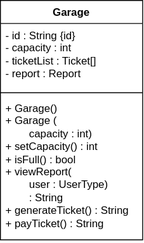
The draw.io diagram design/Diagrams/Garage.svg in CSUEB-CS401-02-SP25-Group-Project-1/parking-garage-system, before a commit. Source tidied: cells renumbered, new cells last; positions are measured from the earlier drawing's top-left corner, leaving out a move shared by most shapes.
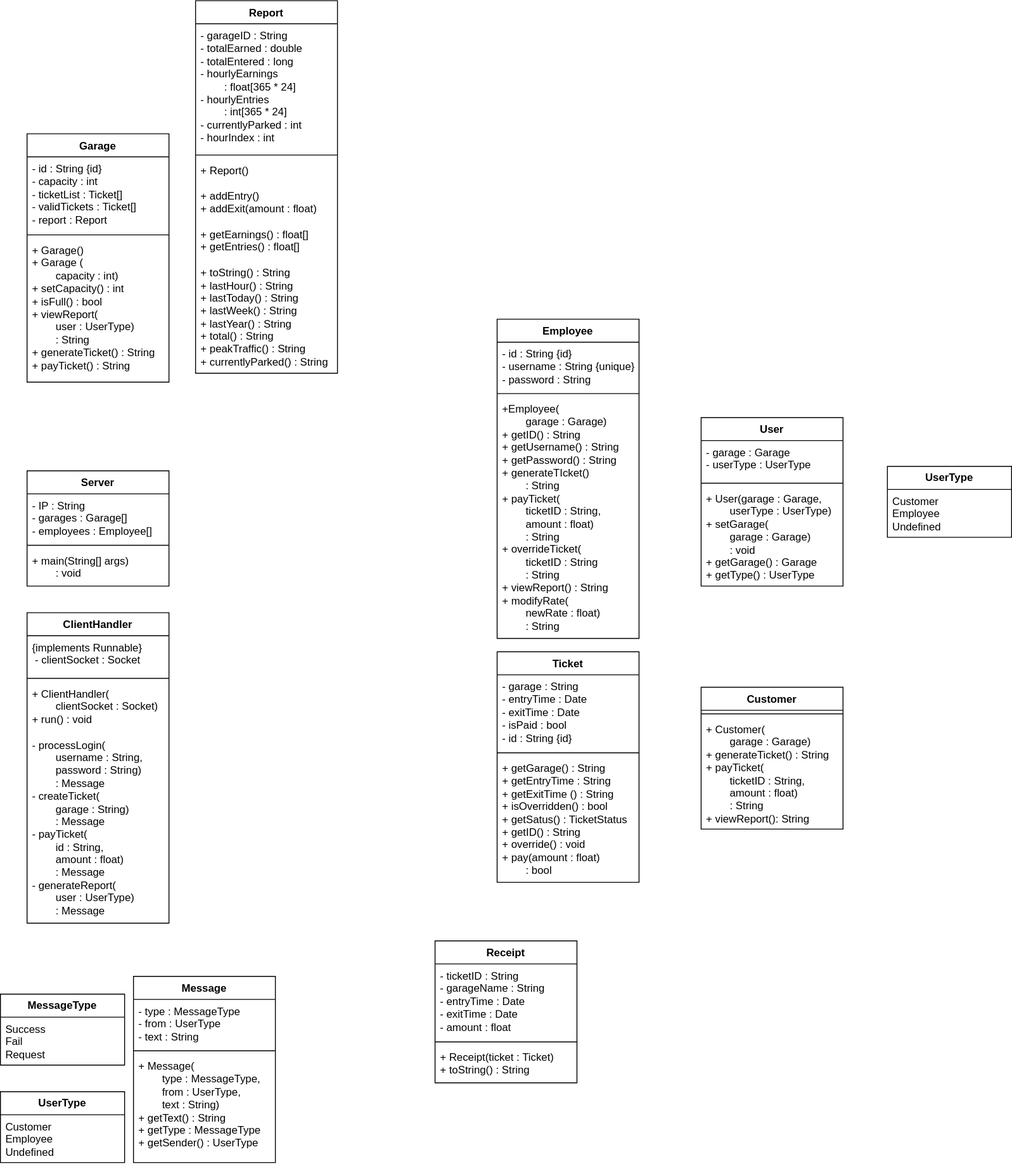
After the commit.

Commit message:
Edited Garage to have two lists of tickets: One for all tickets ever created, and one for the valid tickets of customers currently in the garage.

Change to the diagram source:
```diff
@@ -2,17 +2,140 @@
   <root>
     <mxCell id="0" />
     <mxCell id="1" parent="0" />
+    <mxCell id="6" value="Server" style="swimlane;fontStyle=1;align=center;verticalAlign=top;horizontal=1;startSize=26;whiteSpace=wrap;html=1;" parent="1" vertex="1">
+      <mxGeometry y="380" width="160" height="130" as="geometry" />
+    </mxCell>
+    <mxCell id="7" value="&lt;div&gt;- IP : String&lt;/div&gt;&lt;div&gt;- garages : Garage[]&lt;/div&gt;&lt;div&gt;- employees : Employee[]&lt;/div&gt;" style="text;strokeColor=none;fillColor=none;align=left;verticalAlign=top;spacingLeft=4;spacingRight=4;overflow=hidden;whiteSpace=wrap;html=1;" parent="6" vertex="1">
+      <mxGeometry y="26" width="160" height="54" as="geometry" />
+    </mxCell>
+    <mxCell id="8" style="line;strokeWidth=1;fillColor=none;align=left;verticalAlign=middle;spacingTop=-1;spacingLeft=3;spacingRight=3;labelPosition=right;strokeColor=inherit;" parent="6" vertex="1">
+      <mxGeometry y="80" width="160" height="8" as="geometry" />
+    </mxCell>
+    <mxCell id="9" value="&lt;div&gt;+ main(String[] args)&lt;/div&gt;&lt;div&gt;&lt;span style=&quot;white-space: pre;&quot;&gt;&#9;&lt;/span&gt;: void&lt;/div&gt;" style="text;strokeColor=none;fillColor=none;align=left;verticalAlign=top;spacingLeft=4;spacingRight=4;overflow=hidden;whiteSpace=wrap;html=1;" parent="6" vertex="1">
+      <mxGeometry y="88" width="160" height="42" as="geometry" />
+    </mxCell>
+    <mxCell id="10" value="ClientHandler" style="swimlane;fontStyle=1;align=center;verticalAlign=top;horizontal=1;startSize=26;whiteSpace=wrap;html=1;" parent="1" vertex="1">
+      <mxGeometry y="540" width="160" height="350" as="geometry" />
+    </mxCell>
+    <mxCell id="11" value="&lt;div&gt;{implements Runnable}&lt;/div&gt;&lt;div&gt;&amp;nbsp;- clientSocket : Socket&lt;/div&gt;" style="text;strokeColor=none;fillColor=none;align=left;verticalAlign=top;spacingLeft=4;spacingRight=4;overflow=hidden;whiteSpace=wrap;html=1;" parent="10" vertex="1">
+      <mxGeometry y="26" width="160" height="44" as="geometry" />
+    </mxCell>
+    <mxCell id="12" style="line;strokeWidth=1;fillColor=none;align=left;verticalAlign=middle;spacingTop=-1;spacingLeft=3;spacingRight=3;labelPosition=right;strokeColor=inherit;" parent="10" vertex="1">
+      <mxGeometry y="70" width="160" height="8" as="geometry" />
+    </mxCell>
+    <mxCell id="13" value="&lt;div&gt;+ ClientHandler(&lt;/div&gt;&lt;div&gt;&lt;span style=&quot;white-space: pre;&quot;&gt;&#9;&lt;/span&gt;clientSocket : Socket)&lt;/div&gt;&lt;div&gt;+ run() : void&lt;/div&gt;&lt;div&gt;&lt;br&gt;&lt;/div&gt;&lt;div&gt;- processLogin(&lt;/div&gt;&lt;div&gt;&lt;span style=&quot;white-space: pre;&quot;&gt;&#9;&lt;/span&gt;username : String,&lt;/div&gt;&lt;div&gt;&lt;span style=&quot;white-space: pre;&quot;&gt;&#9;&lt;/span&gt;password : String)&lt;/div&gt;&lt;div&gt;&lt;span style=&quot;white-space: pre;&quot;&gt;&#9;&lt;/span&gt;: Message&lt;/div&gt;&lt;div&gt;- createTicket(&lt;/div&gt;&lt;div&gt;&lt;span style=&quot;white-space: pre;&quot;&gt;&#9;&lt;/span&gt;garage : String)&lt;/div&gt;&lt;div&gt;&lt;span style=&quot;white-space: pre;&quot;&gt;&#9;&lt;/span&gt;: Message&lt;/div&gt;&lt;div&gt;- payTicket(&lt;/div&gt;&lt;div&gt;&lt;span style=&quot;white-space: pre;&quot;&gt;&#9;&lt;/span&gt;id : String,&lt;/div&gt;&lt;div&gt;&lt;span style=&quot;white-space: pre;&quot;&gt;&#9;&lt;/span&gt;amount : float)&lt;/div&gt;&lt;div&gt;&lt;span style=&quot;white-space: pre;&quot;&gt;&#9;&lt;/span&gt;: Message&lt;/div&gt;&lt;div&gt;- generateReport(&lt;/div&gt;&lt;div&gt;&lt;span style=&quot;white-space: pre;&quot;&gt;&#9;&lt;/span&gt;user : UserType)&lt;/div&gt;&lt;div&gt;&lt;span style=&quot;white-space: pre;&quot;&gt;&#9;&lt;/span&gt;: Message&lt;/div&gt;" style="text;strokeColor=none;fillColor=none;align=left;verticalAlign=top;spacingLeft=4;spacingRight=4;overflow=hidden;whiteSpace=wrap;html=1;" parent="10" vertex="1">
+      <mxGeometry y="78" width="160" height="272" as="geometry" />
+    </mxCell>
+    <mxCell id="14" value="Ticket" style="swimlane;fontStyle=1;align=center;verticalAlign=top;horizontal=1;startSize=26;whiteSpace=wrap;html=1;" parent="1" vertex="1">
+      <mxGeometry x="530" y="584" width="160" height="260" as="geometry" />
+    </mxCell>
+    <mxCell id="15" value="&lt;div&gt;- garage : String&lt;/div&gt;&lt;div&gt;- entryTime : Date&lt;/div&gt;&lt;div&gt;- exitTime : Date&lt;/div&gt;&lt;div&gt;- isPaid : bool&lt;/div&gt;&lt;div&gt;- id : String {id}&lt;/div&gt;" style="text;strokeColor=none;fillColor=none;align=left;verticalAlign=top;spacingLeft=4;spacingRight=4;overflow=hidden;whiteSpace=wrap;html=1;" parent="14" vertex="1">
+      <mxGeometry y="26" width="160" height="84" as="geometry" />
+    </mxCell>
+    <mxCell id="16" style="line;strokeWidth=1;fillColor=none;align=left;verticalAlign=middle;spacingTop=-1;spacingLeft=3;spacingRight=3;labelPosition=right;strokeColor=inherit;" parent="14" vertex="1">
+      <mxGeometry y="110" width="160" height="8" as="geometry" />
+    </mxCell>
+    <mxCell id="17" value="&lt;div&gt;+ getGarage() : String&lt;/div&gt;&lt;div&gt;+ getEntryTime : String&lt;/div&gt;&lt;div&gt;+ getExitTime () : String&lt;/div&gt;&lt;div&gt;+ isOverridden() : bool&lt;/div&gt;&lt;div&gt;+ getSatus() : TicketStatus&lt;/div&gt;&lt;div&gt;+ getID() : String&lt;/div&gt;&lt;div&gt;+ override() : void&lt;/div&gt;&lt;div&gt;+ pay(amount : float)&lt;/div&gt;&lt;div&gt;&lt;span style=&quot;white-space: pre;&quot;&gt;&#9;&lt;/span&gt;: bool&lt;/div&gt;" style="text;strokeColor=none;fillColor=none;align=left;verticalAlign=top;spacingLeft=4;spacingRight=4;overflow=hidden;whiteSpace=wrap;html=1;" parent="14" vertex="1">
+      <mxGeometry y="118" width="160" height="142" as="geometry" />
+    </mxCell>
+    <mxCell id="18" value="&lt;b&gt;UserType&lt;/b&gt;" style="swimlane;fontStyle=0;horizontal=1;startSize=26;fillColor=none;whiteSpace=wrap;html=1;" parent="1" vertex="1">
+      <mxGeometry x="-30" y="1080" width="140" height="80" as="geometry" />
+    </mxCell>
+    <mxCell id="19" value="&lt;div&gt;Customer&lt;/div&gt;&lt;div&gt;Employee&lt;/div&gt;&lt;div&gt;Undefined&lt;/div&gt;" style="text;strokeColor=none;fillColor=none;align=left;verticalAlign=top;spacingLeft=4;spacingRight=4;overflow=hidden;whiteSpace=wrap;html=1;" parent="18" vertex="1">
+      <mxGeometry y="26" width="140" height="54" as="geometry" />
+    </mxCell>
+    <mxCell id="20" value="Message" style="swimlane;fontStyle=1;align=center;verticalAlign=top;horizontal=1;startSize=26;whiteSpace=wrap;html=1;" parent="1" vertex="1">
+      <mxGeometry x="120" y="950" width="160" height="210" as="geometry" />
+    </mxCell>
+    <mxCell id="21" value="&lt;div&gt;- type : MessageType&lt;/div&gt;&lt;div&gt;- from : UserType&lt;/div&gt;&lt;div&gt;- text : String&lt;/div&gt;" style="text;strokeColor=none;fillColor=none;align=left;verticalAlign=top;spacingLeft=4;spacingRight=4;overflow=hidden;whiteSpace=wrap;html=1;" parent="20" vertex="1">
+      <mxGeometry y="26" width="160" height="54" as="geometry" />
+    </mxCell>
+    <mxCell id="22" style="line;strokeWidth=1;fillColor=none;align=left;verticalAlign=middle;spacingTop=-1;spacingLeft=3;spacingRight=3;labelPosition=right;strokeColor=inherit;" parent="20" vertex="1">
+      <mxGeometry y="80" width="160" height="8" as="geometry" />
+    </mxCell>
+    <mxCell id="23" value="&lt;div&gt;+ Message(&lt;/div&gt;&lt;div&gt;&lt;span style=&quot;white-space: pre;&quot;&gt;&#9;&lt;/span&gt;type : MessageType,&lt;/div&gt;&lt;div&gt;&lt;span style=&quot;white-space: pre;&quot;&gt;&#9;&lt;/span&gt;from : UserType,&lt;/div&gt;&lt;div&gt;&lt;span style=&quot;white-space: pre;&quot;&gt;&#9;&lt;/span&gt;text : String)&lt;/div&gt;&lt;div&gt;+ getText() : String&lt;/div&gt;&lt;div&gt;+ getType : MessageType&lt;/div&gt;&lt;div&gt;+ getSender() : UserType&lt;/div&gt;" style="text;strokeColor=none;fillColor=none;align=left;verticalAlign=top;spacingLeft=4;spacingRight=4;overflow=hidden;whiteSpace=wrap;html=1;" parent="20" vertex="1">
+      <mxGeometry y="88" width="160" height="122" as="geometry" />
+    </mxCell>
+    <mxCell id="24" value="&lt;b&gt;MessageType&lt;/b&gt;" style="swimlane;fontStyle=0;horizontal=1;startSize=26;fillColor=none;whiteSpace=wrap;html=1;" parent="1" vertex="1">
+      <mxGeometry x="-30" y="970" width="140" height="80" as="geometry" />
+    </mxCell>
+    <mxCell id="25" value="&lt;div&gt;Success&lt;/div&gt;&lt;div&gt;Fail&lt;/div&gt;&lt;div&gt;Request&lt;/div&gt;" style="text;strokeColor=none;fillColor=none;align=left;verticalAlign=top;spacingLeft=4;spacingRight=4;overflow=hidden;whiteSpace=wrap;html=1;" parent="24" vertex="1">
+      <mxGeometry y="26" width="140" height="54" as="geometry" />
+    </mxCell>
+    <mxCell id="26" value="Receipt" style="swimlane;fontStyle=1;align=center;verticalAlign=top;horizontal=1;startSize=26;whiteSpace=wrap;html=1;" parent="1" vertex="1">
+      <mxGeometry x="460" y="910" width="160" height="160" as="geometry" />
+    </mxCell>
+    <mxCell id="27" value="&lt;div&gt;- ticketID : String&lt;/div&gt;&lt;div&gt;- garageName : String&lt;/div&gt;&lt;div&gt;- entryTime : Date&lt;/div&gt;&lt;div&gt;- exitTime : Date&lt;/div&gt;&lt;div&gt;- amount : float&lt;/div&gt;" style="text;strokeColor=none;fillColor=none;align=left;verticalAlign=top;spacingLeft=4;spacingRight=4;overflow=hidden;whiteSpace=wrap;html=1;" parent="26" vertex="1">
+      <mxGeometry y="26" width="160" height="84" as="geometry" />
+    </mxCell>
+    <mxCell id="28" style="line;strokeWidth=1;fillColor=none;align=left;verticalAlign=middle;spacingTop=-1;spacingLeft=3;spacingRight=3;labelPosition=right;strokeColor=inherit;" parent="26" vertex="1">
+      <mxGeometry y="110" width="160" height="8" as="geometry" />
+    </mxCell>
+    <mxCell id="29" value="+ Receipt(ticket : Ticket)&lt;div&gt;+ toString() : String&lt;/div&gt;" style="text;strokeColor=none;fillColor=none;align=left;verticalAlign=top;spacingLeft=4;spacingRight=4;overflow=hidden;whiteSpace=wrap;html=1;" parent="26" vertex="1">
+      <mxGeometry y="118" width="160" height="42" as="geometry" />
+    </mxCell>
+    <mxCell id="30" value="Customer" style="swimlane;fontStyle=1;align=center;verticalAlign=top;horizontal=1;startSize=26;whiteSpace=wrap;html=1;" parent="1" vertex="1">
+      <mxGeometry x="760" y="624" width="160" height="160" as="geometry" />
+    </mxCell>
+    <mxCell id="31" value="&#10;" style="line;strokeWidth=1;fillColor=none;align=left;verticalAlign=middle;spacingTop=-1;spacingLeft=3;spacingRight=3;labelPosition=right;strokeColor=inherit;" parent="30" vertex="1">
+      <mxGeometry y="26" width="160" height="8" as="geometry" />
+    </mxCell>
+    <mxCell id="32" value="&lt;div&gt;+ Customer(&lt;/div&gt;&lt;div&gt;&lt;span style=&quot;white-space: pre;&quot;&gt;&#9;&lt;/span&gt;garage : Garage)&lt;/div&gt;&lt;div&gt;+ generateTicket() : String&lt;/div&gt;&lt;div&gt;+ payTicket(&lt;/div&gt;&lt;div&gt;&lt;span style=&quot;white-space: pre;&quot;&gt;&#9;&lt;/span&gt;ticketID : String,&lt;/div&gt;&lt;div&gt;&lt;span style=&quot;white-space: pre;&quot;&gt;&#9;&lt;/span&gt;amount : float)&lt;/div&gt;&lt;div&gt;&lt;span style=&quot;white-space: pre;&quot;&gt;&#9;&lt;/span&gt;: String&lt;/div&gt;&lt;div&gt;+ viewReport(): String&lt;/div&gt;" style="text;strokeColor=none;fillColor=none;align=left;verticalAlign=top;spacingLeft=4;spacingRight=4;overflow=hidden;whiteSpace=wrap;html=1;" parent="30" vertex="1">
+      <mxGeometry y="34" width="160" height="126" as="geometry" />
+    </mxCell>
+    <mxCell id="33" value="User" style="swimlane;fontStyle=1;align=center;verticalAlign=top;horizontal=1;startSize=26;whiteSpace=wrap;html=1;" parent="1" vertex="1">
+      <mxGeometry x="760" y="320" width="160" height="190" as="geometry" />
+    </mxCell>
+    <mxCell id="34" value="&lt;div&gt;- garage : Garage&lt;/div&gt;&lt;div&gt;- userType : UserType&lt;/div&gt;" style="text;strokeColor=none;fillColor=none;align=left;verticalAlign=top;spacingLeft=4;spacingRight=4;overflow=hidden;whiteSpace=wrap;html=1;" parent="33" vertex="1">
+      <mxGeometry y="26" width="160" height="44" as="geometry" />
+    </mxCell>
+    <mxCell id="35" style="line;strokeWidth=1;fillColor=none;align=left;verticalAlign=middle;spacingTop=-1;spacingLeft=3;spacingRight=3;labelPosition=right;strokeColor=inherit;" parent="33" vertex="1">
+      <mxGeometry y="70" width="160" height="8" as="geometry" />
+    </mxCell>
+    <mxCell id="36" value="&lt;div&gt;+ User(garage : Garage,&lt;/div&gt;&lt;div&gt;&lt;span style=&quot;white-space: pre;&quot;&gt;&#9;&lt;/span&gt;userType : UserType)&lt;/div&gt;&lt;div&gt;+ setGarage(&lt;/div&gt;&lt;div&gt;&lt;span style=&quot;white-space: pre;&quot;&gt;&#9;&lt;/span&gt;garage : Garage)&lt;/div&gt;&lt;div&gt;&lt;span style=&quot;white-space: pre;&quot;&gt;&#9;&lt;/span&gt;: void&lt;/div&gt;&lt;div&gt;+ getGarage() : Garage&lt;/div&gt;&lt;div&gt;+ getType() : UserType&lt;/div&gt;" style="text;strokeColor=none;fillColor=none;align=left;verticalAlign=top;spacingLeft=4;spacingRight=4;overflow=hidden;whiteSpace=wrap;html=1;" parent="33" vertex="1">
+      <mxGeometry y="78" width="160" height="112" as="geometry" />
+    </mxCell>
+    <mxCell id="37" value="&lt;b&gt;UserType&lt;/b&gt;" style="swimlane;fontStyle=0;horizontal=1;startSize=26;fillColor=none;whiteSpace=wrap;html=1;" parent="1" vertex="1">
+      <mxGeometry x="970" y="375" width="140" height="80" as="geometry" />
+    </mxCell>
+    <mxCell id="38" value="&lt;div&gt;Customer&lt;/div&gt;&lt;div&gt;Employee&lt;/div&gt;&lt;div&gt;Undefined&lt;/div&gt;" style="text;strokeColor=none;fillColor=none;align=left;verticalAlign=top;spacingLeft=4;spacingRight=4;overflow=hidden;whiteSpace=wrap;html=1;" parent="37" vertex="1">
+      <mxGeometry y="26" width="140" height="54" as="geometry" />
+    </mxCell>
+    <mxCell id="39" value="Employee" style="swimlane;fontStyle=1;align=center;verticalAlign=top;horizontal=1;startSize=26;whiteSpace=wrap;html=1;" parent="1" vertex="1">
+      <mxGeometry x="530" y="209" width="160" height="360" as="geometry" />
+    </mxCell>
+    <mxCell id="40" value="&lt;div&gt;- id : String {id}&lt;/div&gt;&lt;div&gt;- username : String {unique}&lt;/div&gt;&lt;div&gt;- password : String&lt;/div&gt;&lt;div&gt;&lt;br&gt;&lt;/div&gt;&lt;div&gt;&lt;br&gt;&lt;/div&gt;" style="text;strokeColor=none;fillColor=none;align=left;verticalAlign=top;spacingLeft=4;spacingRight=4;overflow=hidden;whiteSpace=wrap;html=1;" parent="39" vertex="1">
+      <mxGeometry y="26" width="160" height="54" as="geometry" />
+    </mxCell>
+    <mxCell id="41" style="line;strokeWidth=1;fillColor=none;align=left;verticalAlign=middle;spacingTop=-1;spacingLeft=3;spacingRight=3;labelPosition=right;strokeColor=inherit;" parent="39" vertex="1">
+      <mxGeometry y="80" width="160" height="8" as="geometry" />
+    </mxCell>
+    <mxCell id="42" value="&lt;div&gt;&lt;div&gt;+Employee(&lt;/div&gt;&lt;div&gt;&lt;span style=&quot;white-space: pre;&quot;&gt;&#9;&lt;/span&gt;garage : Garage)&lt;/div&gt;&lt;/div&gt;&lt;div&gt;+ getID() : String&lt;/div&gt;&lt;div&gt;+ getUsername() : String&lt;/div&gt;&lt;div&gt;+ getPassword() : String&lt;/div&gt;&lt;div&gt;+ generateTIcket()&lt;/div&gt;&lt;div&gt;&lt;span style=&quot;white-space: pre;&quot;&gt;&#9;&lt;/span&gt;: String&lt;/div&gt;&lt;div&gt;&lt;div&gt;+ payTicket(&lt;/div&gt;&lt;div&gt;&lt;span style=&quot;white-space: pre;&quot;&gt;&#9;&lt;/span&gt;ticketID : String,&lt;/div&gt;&lt;div&gt;&lt;span style=&quot;white-space: pre;&quot;&gt;&#9;&lt;/span&gt;amount : float)&lt;/div&gt;&lt;div&gt;&lt;span style=&quot;white-space: pre;&quot;&gt;&#9;&lt;/span&gt;: String&lt;/div&gt;&lt;div&gt;+ overrideTicket(&lt;/div&gt;&lt;div&gt;&lt;span style=&quot;white-space: pre;&quot;&gt;&#9;&lt;/span&gt;ticketID : String&lt;/div&gt;&lt;div&gt;&lt;span style=&quot;white-space: pre;&quot;&gt;&#9;&lt;/span&gt;: String&lt;/div&gt;&lt;div&gt;+ viewReport() : String&lt;/div&gt;&lt;/div&gt;&lt;div&gt;+ modifyRate(&lt;/div&gt;&lt;div&gt;&lt;span style=&quot;white-space: pre;&quot;&gt;&#9;&lt;/span&gt;newRate : float)&lt;/div&gt;&lt;div&gt;&lt;span style=&quot;white-space: pre;&quot;&gt;&#9;&lt;/span&gt;: String&lt;/div&gt;" style="text;strokeColor=none;fillColor=none;align=left;verticalAlign=top;spacingLeft=4;spacingRight=4;overflow=hidden;whiteSpace=wrap;html=1;" parent="39" vertex="1">
+      <mxGeometry y="88" width="160" height="272" as="geometry" />
+    </mxCell>
     <mxCell id="2" value="Garage" style="swimlane;fontStyle=1;align=center;verticalAlign=top;horizontal=1;startSize=26;whiteSpace=wrap;html=1;" parent="1" vertex="1">
-      <mxGeometry width="160" height="270" as="geometry" />
+      <mxGeometry width="160" height="280" as="geometry" />
     </mxCell>
-    <mxCell id="3" value="- id : String {id}&lt;div&gt;- capacity : int&lt;/div&gt;&lt;div&gt;- ticketList : Ticket[]&lt;/div&gt;&lt;div&gt;- report : Report&lt;/div&gt;" style="text;strokeColor=none;fillColor=none;align=left;verticalAlign=top;spacingLeft=4;spacingRight=4;overflow=hidden;whiteSpace=wrap;html=1;" parent="2" vertex="1">
-      <mxGeometry y="26" width="160" height="74" as="geometry" />
-    </mxCell>
-    <mxCell id="4" style="line;strokeWidth=1;fillColor=none;align=left;verticalAlign=middle;spacingTop=-1;spacingLeft=3;spacingRight=3;labelPosition=right;strokeColor=inherit;" parent="2" vertex="1">
-      <mxGeometry y="100" width="160" height="8" as="geometry" />
-    </mxCell>
+    <mxCell id="43" value="- id : String {id}&lt;div&gt;- capacity : int&lt;/div&gt;&lt;div&gt;- ticketList : Ticket[]&lt;/div&gt;&lt;div&gt;- validTickets : Ticket[]&lt;/div&gt;&lt;div&gt;- report : Report&lt;/div&gt;" style="text;strokeColor=none;fillColor=none;align=left;verticalAlign=top;spacingLeft=4;spacingRight=4;overflow=hidden;whiteSpace=wrap;html=1;" parent="2" vertex="1">
+      <mxGeometry y="26" width="160" height="84" as="geometry" />
+    </mxCell>
+    <mxCell id="44" style="line;strokeWidth=1;fillColor=none;align=left;verticalAlign=middle;spacingTop=-1;spacingLeft=3;spacingRight=3;labelPosition=right;strokeColor=inherit;" parent="2" vertex="1">
+      <mxGeometry y="110" width="160" height="8" as="geometry" />
+    </mxCell>
     <mxCell id="5" value="&lt;div&gt;+ Garage()&lt;/div&gt;&lt;div&gt;+ Garage (&lt;/div&gt;&lt;div&gt;&lt;span style=&quot;white-space: pre;&quot;&gt;&#9;&lt;/span&gt;capacity : int)&lt;/div&gt;&lt;div&gt;+ setCapacity() : int&lt;/div&gt;&lt;div&gt;+ isFull() : bool&lt;/div&gt;&lt;div&gt;+ viewReport(&lt;/div&gt;&lt;div&gt;&lt;span style=&quot;white-space: pre;&quot;&gt;&#9;&lt;/span&gt;user : UserType)&lt;/div&gt;&lt;div&gt;&lt;span style=&quot;white-space: pre;&quot;&gt;&#9;&lt;/span&gt;: String&lt;/div&gt;&lt;div&gt;+ generateTicket() : String&lt;/div&gt;&lt;div&gt;+ payTicket() : String&lt;/div&gt;" style="text;strokeColor=none;fillColor=none;align=left;verticalAlign=top;spacingLeft=4;spacingRight=4;overflow=hidden;whiteSpace=wrap;html=1;" parent="2" vertex="1">
-      <mxGeometry y="108" width="160" height="162" as="geometry" />
+      <mxGeometry y="118" width="160" height="162" as="geometry" />
     </mxCell>
+    <mxCell id="45" value="Report" style="swimlane;fontStyle=1;align=center;verticalAlign=top;horizontal=1;startSize=26;whiteSpace=wrap;html=1;" parent="1" vertex="1">
+      <mxGeometry x="190" y="-150" width="160" height="420" as="geometry" />
+    </mxCell>
+    <mxCell id="46" value="&lt;div&gt;- garageID : String&lt;/div&gt;&lt;div&gt;- totalEarned : double&lt;/div&gt;&lt;div&gt;- totalEntered : long&lt;/div&gt;&lt;div&gt;- hourlyEarnings&lt;/div&gt;&lt;div&gt;&lt;span style=&quot;white-space: pre;&quot;&gt;&#9;&lt;/span&gt;: float[365 * 24]&lt;/div&gt;&lt;div&gt;- hourlyEntries&lt;/div&gt;&lt;div&gt;&lt;span style=&quot;white-space: pre;&quot;&gt;&#9;&lt;/span&gt;: int[365 * 24]&lt;/div&gt;&lt;div&gt;- currentlyParked : int&lt;/div&gt;&lt;div&gt;- hourIndex : int&lt;/div&gt;" style="text;strokeColor=none;fillColor=none;align=left;verticalAlign=top;spacingLeft=4;spacingRight=4;overflow=hidden;whiteSpace=wrap;html=1;" parent="45" vertex="1">
+      <mxGeometry y="26" width="160" height="144" as="geometry" />
+    </mxCell>
+    <mxCell id="47" style="line;strokeWidth=1;fillColor=none;align=left;verticalAlign=middle;spacingTop=-1;spacingLeft=3;spacingRight=3;labelPosition=right;strokeColor=inherit;" parent="45" vertex="1">
+      <mxGeometry y="170" width="160" height="8" as="geometry" />
+    </mxCell>
+    <mxCell id="48" value="&lt;div&gt;+ Report()&lt;/div&gt;&lt;div&gt;&lt;br&gt;&lt;/div&gt;&lt;div&gt;+ addEntry()&lt;/div&gt;&lt;div&gt;+ addExit(amount : float)&lt;/div&gt;&lt;div&gt;&lt;br&gt;&lt;/div&gt;&lt;div&gt;+ getEarnings() : float[]&lt;/div&gt;&lt;div&gt;+ getEntries() : float[]&lt;/div&gt;&lt;div&gt;&lt;br&gt;&lt;/div&gt;&lt;div&gt;+ toString() : String&lt;/div&gt;&lt;div&gt;+ lastHour() : String&lt;/div&gt;&lt;div&gt;+ lastToday() : String&lt;/div&gt;&lt;div&gt;+ lastWeek() : String&lt;/div&gt;&lt;div&gt;+ lastYear() : String&lt;/div&gt;&lt;div&gt;+ total() : String&lt;/div&gt;&lt;div&gt;+ peakTraffic() : String&lt;/div&gt;&lt;div&gt;+ currentlyParked() : String&lt;/div&gt;" style="text;strokeColor=none;fillColor=none;align=left;verticalAlign=top;spacingLeft=4;spacingRight=4;overflow=hidden;whiteSpace=wrap;html=1;" parent="45" vertex="1">
+      <mxGeometry y="178" width="160" height="242" as="geometry" />
+    </mxCell>
   </root>
 </mxGraphModel>
```
